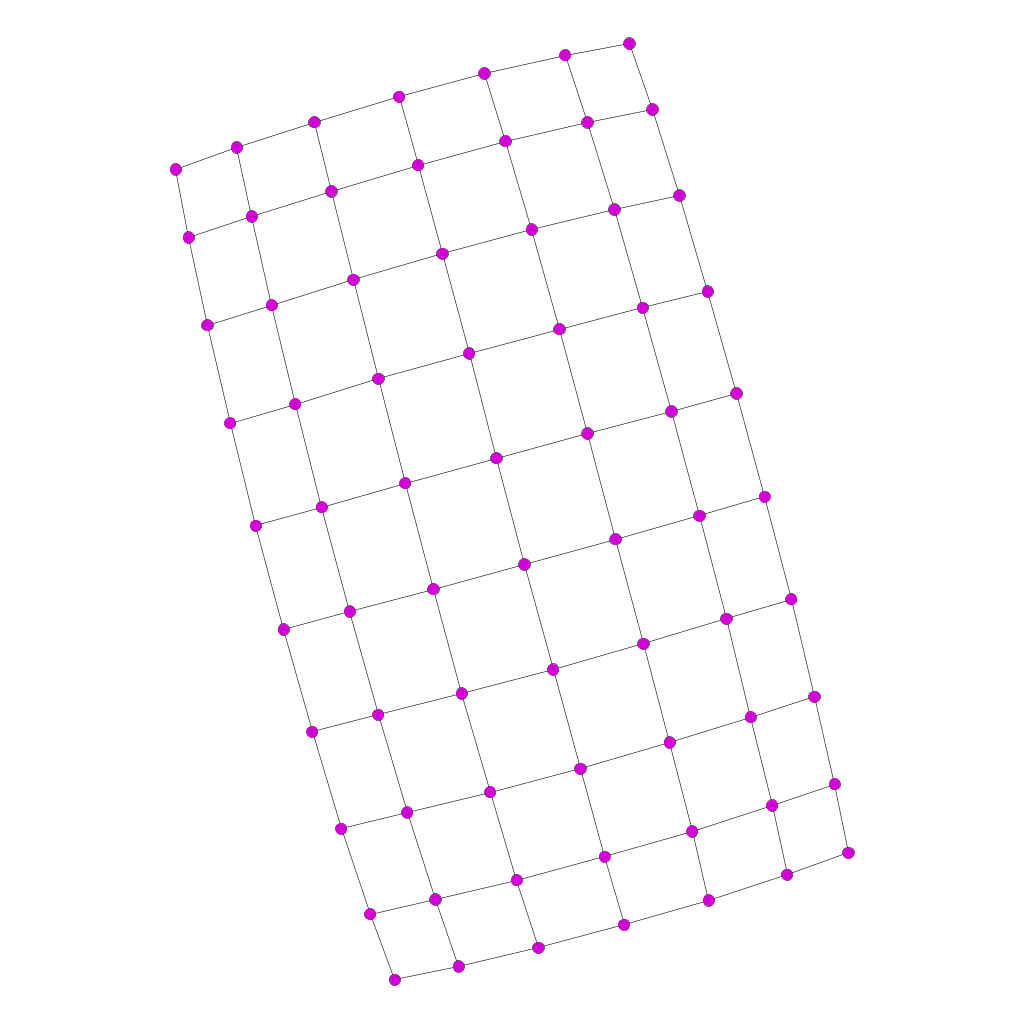
Earlier version of the Graphviz export Imágenes/Grafos/70/gridGraph70.png (rMelendez96/Projects-ADA). Its source is kept beside it as Archivos GV/Grafos/70/gridGraph70.gv.
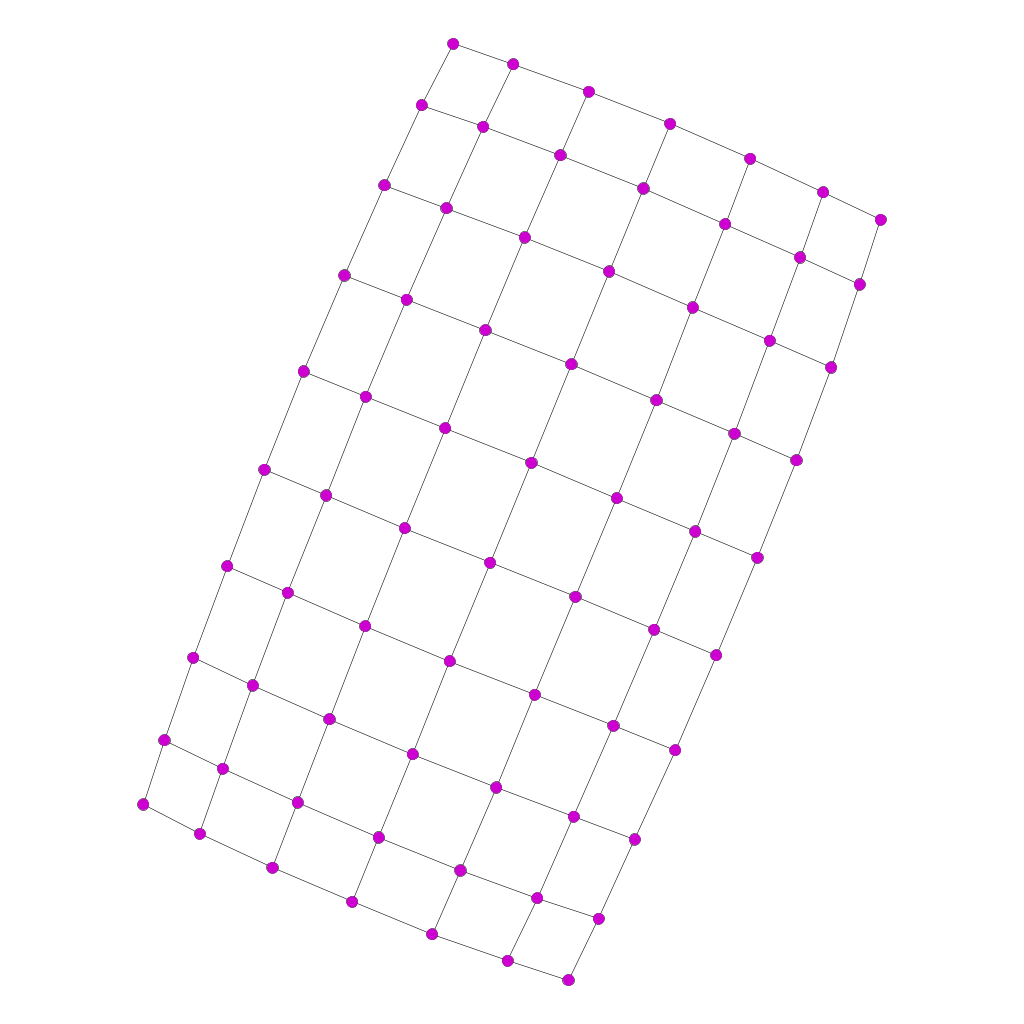
The same diagram one commit later.

Diff of the diagram source:
```diff
@@ -1,15 +1,69 @@
 graph{
+23 -- 24;
+65 -- 75;
+65 -- 66;
+24 -- 34;
+24 -- 25;
+66 -- 76;
+25 -- 35;
+70 -- 80;
+25 -- 26;
+70 -- 71;
+26 -- 36;
+71 -- 81;
+71 -- 72;
+30 -- 40;
+30 -- 31;
+72 -- 82;
+72 -- 73;
+31 -- 41;
+31 -- 32;
+73 -- 83;
+73 -- 74;
+32 -- 42;
+32 -- 33;
+74 -- 84;
+74 -- 75;
+33 -- 43;
+33 -- 34;
+1 -- 11;
+75 -- 85;
+75 -- 76;
+34 -- 44;
+34 -- 35;
+76 -- 86;
+35 -- 45;
+80 -- 90;
+35 -- 36;
+80 -- 81;
+36 -- 46;
+81 -- 91;
+81 -- 82;
+40 -- 50;
+40 -- 41;
+82 -- 92;
+82 -- 83;
+41 -- 51;
+41 -- 42;
+83 -- 93;
+83 -- 84;
+42 -- 52;
+42 -- 43;
+84 -- 94;
 84 -- 85;
 43 -- 53;
+1 -- 2;
 43 -- 44;
 85 -- 95;
 2 -- 12;
 85 -- 86;
+44 -- 54;
 2 -- 3;
-44 -- 54;
 44 -- 45;
 86 -- 96;
+0 -- 10;
 3 -- 13;
+0 -- 1;
 45 -- 55;
 3 -- 4;
 90 -- 91;
@@ -66,60 +120,6 @@
 22 -- 32;
 64 -- 74;
 22 -- 23;
-1 -- 2;
 64 -- 65;
 23 -- 33;
-65 -- 75;
-23 -- 24;
-65 -- 66;
-24 -- 34;
-66 -- 76;
-24 -- 25;
-70 -- 80;
-25 -- 35;
-70 -- 71;
-25 -- 26;
-1 -- 11;
-71 -- 81;
-26 -- 36;
-71 -- 72;
-30 -- 40;
-72 -- 82;
-30 -- 31;
-72 -- 73;
-31 -- 41;
-73 -- 83;
-31 -- 32;
-73 -- 74;
-32 -- 42;
-74 -- 84;
-32 -- 33;
-74 -- 75;
-33 -- 43;
-75 -- 85;
-33 -- 34;
-75 -- 76;
-34 -- 44;
-76 -- 86;
-34 -- 35;
-0 -- 1;
-80 -- 90;
-35 -- 45;
-80 -- 81;
-35 -- 36;
-81 -- 91;
-36 -- 46;
-81 -- 82;
-40 -- 50;
-82 -- 92;
-40 -- 41;
-82 -- 83;
-41 -- 51;
-83 -- 93;
-41 -- 42;
-83 -- 84;
-0 -- 10;
-42 -- 52;
-84 -- 94;
-42 -- 43;
 }
```
